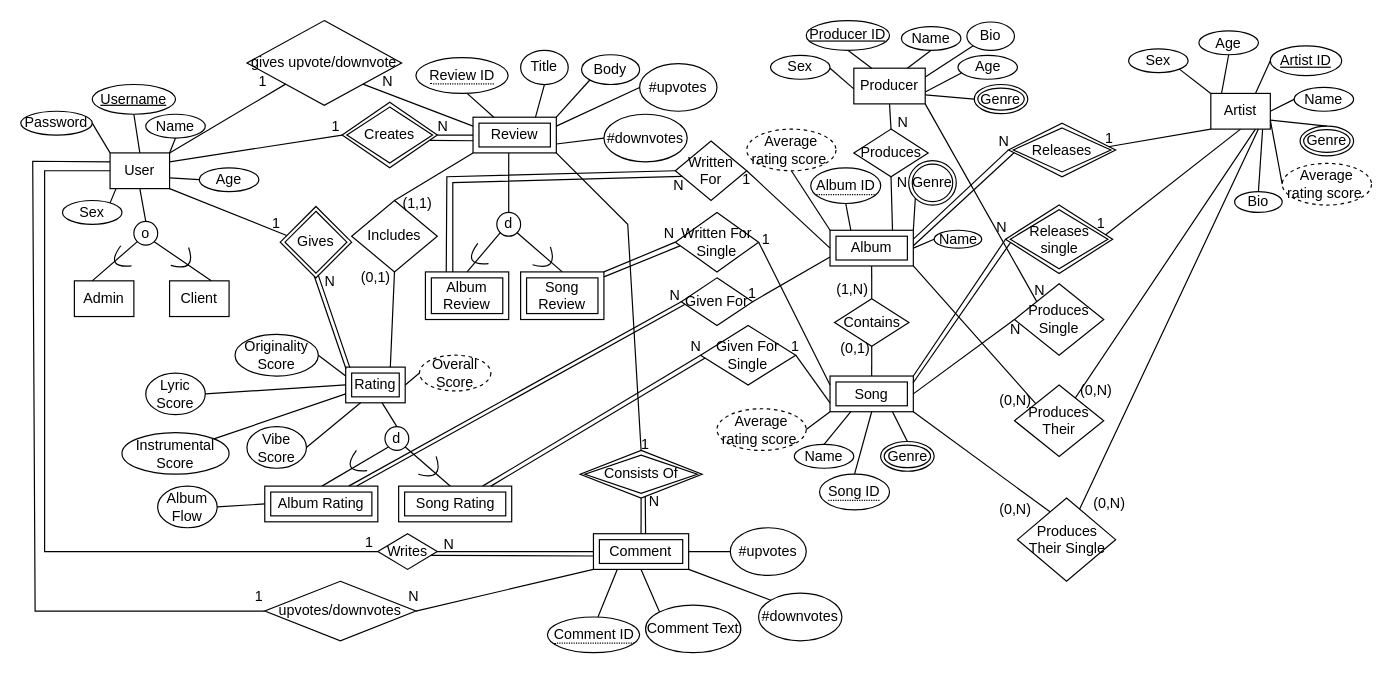
alexchchen/musicrant keeps this draw.io diagram as CPSC 471 Project EERD.drawio. Above is the earlier version. Source tidied: cells renumbered, new cells numbered last; positions are measured from the earlier drawing's top-left corner, leaving out a move shared by most shapes. Both pictures are drawn from the tidied source at 119%, with x=0, y=0 at pixel (20, 20).
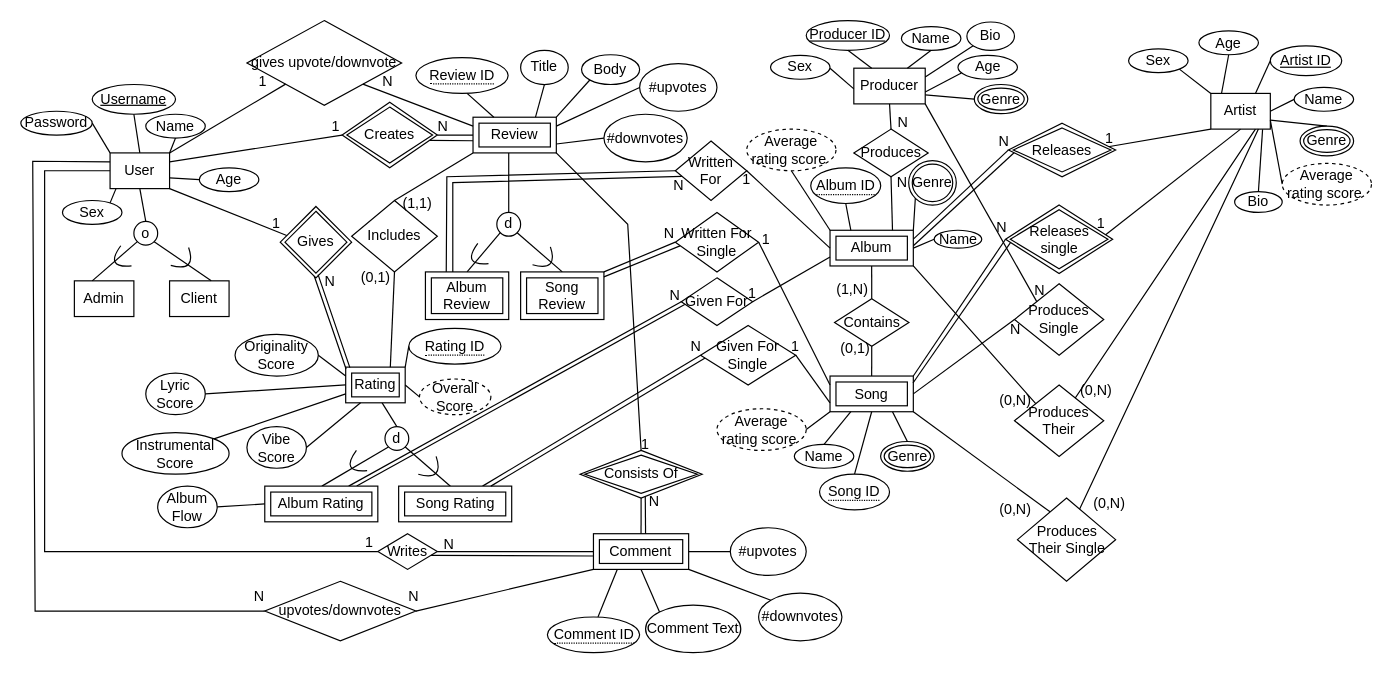
The same page after the edit.

Commit message:
Added Rating ID, changed "upvote/downvote" relationship to N/N

Unchanged cells that the change refers to:
```xml
<mxCell id="60" value="Rating" style="shape=ext;margin=3;double=1;whiteSpace=wrap;html=1;align=center;" parent="1" vertex="1">
  <mxGeometry x="273" y="291" width="50" height="30" as="geometry" />
</mxCell>
```

Change to the diagram source:
```diff
@@
     <mxCell id="104" value="Overall Score" style="ellipse;whiteSpace=wrap;html=1;align=center;dashed=1;" parent="1" vertex="1">
-      <mxGeometry x="335" y="281" width="60" height="30" as="geometry" />
+      <mxGeometry x="335" y="301" width="60" height="30" as="geometry" />
     </mxCell>
@@
-    <mxCell id="165" value="1" style="text;html=1;align=center;verticalAlign=middle;strokeColor=none;fillColor=none;" parent="1" vertex="1">
+    <mxCell id="165" value="N" style="text;html=1;align=center;verticalAlign=middle;strokeColor=none;fillColor=none;" parent="1" vertex="1">
       <mxGeometry x="185" y="469" width="30" height="30" as="geometry" />
     </mxCell>
@@
+    <mxCell id="214" value="&lt;span style=&quot;border-bottom: 1px dotted&quot;&gt;Rating ID&lt;/span&gt;" style="ellipse;whiteSpace=wrap;html=1;align=center;" parent="1" vertex="1">
+      <mxGeometry x="326" y="258.5" width="77.5" height="30" as="geometry" />
+    </mxCell>
+    <mxCell id="215" style="endArrow=none;html=1;rounded=0;entryX=0;entryY=0.5;entryDx=0;entryDy=0;exitX=1;exitY=0;exitDx=0;exitDy=0;" parent="1" edge="1" source="60" target="214">
+      <mxGeometry relative="1" as="geometry" />
+    </mxCell>
```
